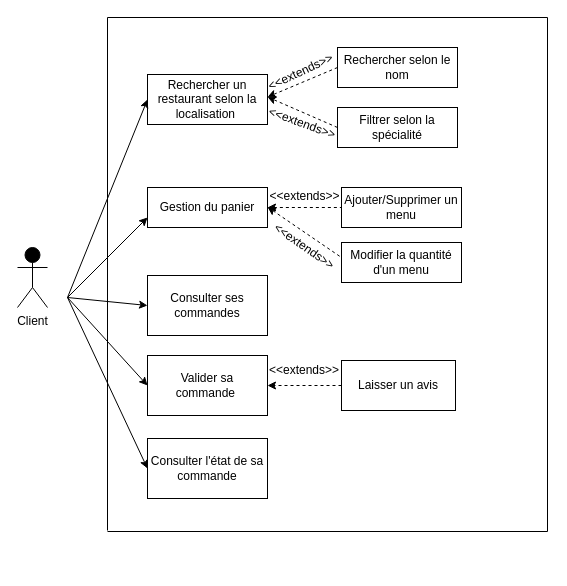
Before: diagrammes/diagramme_utilisation_utilisateur.drawio in TheAIWizard/Ensaeats, a draw.io diagram. Source tidied: cells renumbered, new cells numbered last; positions are measured from the earlier drawing's top-left corner, leaving out a move shared by most shapes. Both pictures are drawn from the tidied source at 100%, with x=0, y=0 at pixel (17, 17).
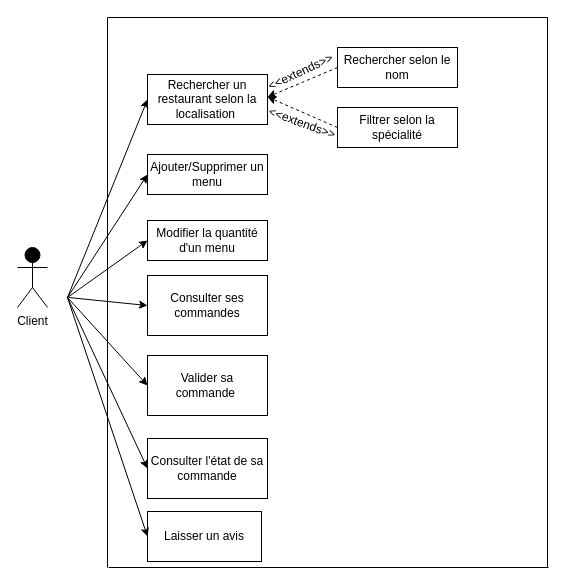
Above is the later version.

The change refers to these unchanged cells:
```xml
<mxCell id="17" value="Consulter ses commandes" style="rounded=0;whiteSpace=wrap;html=1;" parent="1" vertex="1">
  <mxGeometry x="130" y="258" width="120" height="60" as="geometry" />
</mxCell>
<mxCell id="19" value="Valider sa commande&amp;nbsp;" style="rounded=0;whiteSpace=wrap;html=1;" parent="1" vertex="1">
  <mxGeometry x="130" y="338" width="120" height="60" as="geometry" />
</mxCell>
```

Diff of the diagram source:
```diff
@@
     <mxCell id="4" style="endArrow=none;html=1;strokeColor=#000000;" parent="1" edge="1">
       <mxGeometry relative="1" as="geometry">
-        <mxPoint x="90" y="513" as="sourcePoint" />
+        <mxPoint x="90" y="550" as="sourcePoint" />
         <mxPoint x="90" as="targetPoint" />
       </mxGeometry>
     </mxCell>
@@
-    <mxCell id="6" style="endArrow=classic;html=1;strokeColor=#000000;" parent="1" edge="1">
+    <mxCell id="6" style="endArrow=classic;html=1;strokeColor=#000000;entryX=0;entryY=0.5;entryDx=0;entryDy=0;" parent="1" edge="1" target="12">
       <mxGeometry relative="1" as="geometry">
         <mxPoint x="50" y="280" as="sourcePoint" />
-        <mxPoint x="130" y="200" as="targetPoint" />
       </mxGeometry>
     </mxCell>
@@
-    <mxCell id="9" value="Gestion du panier" style="rounded=0;whiteSpace=wrap;html=1;" parent="1" vertex="1">
-      <mxGeometry x="130" y="170" width="120" height="40" as="geometry" />
-    </mxCell>
-    <mxCell id="10" style="endArrow=classic;html=1;entryX=0;entryY=0.5;entryDx=0;entryDy=0;strokeColor=#000000;" parent="1" edge="1" target="17">
+    <mxCell id="10" style="endArrow=classic;html=1;entryX=0;entryY=0.5;entryDx=0;entryDy=0;strokeColor=#000000;" parent="1" edge="1" target="14">
       <mxGeometry relative="1" as="geometry">
         <mxPoint x="50" y="280" as="sourcePoint" />
       </mxGeometry>
     </mxCell>
-    <mxCell id="11" style="endArrow=none;html=1;entryX=0;entryY=0.5;entryDx=0;entryDy=0;endFill=0;startArrow=classic;startFill=1;dashed=1;strokeColor=#000000;" parent="1" edge="1" target="12">
-      <mxGeometry relative="1" as="geometry">
-        <mxPoint x="250" y="190" as="sourcePoint" />
-      </mxGeometry>
-    </mxCell>
     <mxCell id="12" value="Ajouter/Supprimer un menu" style="rounded=0;whiteSpace=wrap;html=1;" parent="1" vertex="1">
-      <mxGeometry x="324" y="170" width="120" height="40" as="geometry" />
+      <mxGeometry x="130" y="137" width="120" height="40" as="geometry" />
     </mxCell>
-    <mxCell id="13" style="endArrow=none;html=1;startArrow=classic;startFill=1;endFill=0;dashed=1;strokeColor=#000000;" parent="1" edge="1">
-      <mxGeometry relative="1" as="geometry">
-        <mxPoint x="250" y="189.5" as="sourcePoint" />
-        <mxPoint x="324" y="240" as="targetPoint" />
-      </mxGeometry>
-    </mxCell>
     <mxCell id="14" value="Modifier la quantité d'un menu" style="rounded=0;whiteSpace=wrap;html=1;" parent="1" vertex="1">
-      <mxGeometry x="324" y="225" width="120" height="40" as="geometry" />
+      <mxGeometry x="130" y="203" width="120" height="40" as="geometry" />
     </mxCell>
-    <mxCell id="15" value="&lt;font color=&quot;#000000&quot;&gt;&amp;lt;&amp;lt;extends&amp;gt;&amp;gt;&lt;/font&gt;" style="text;html=1;align=center;verticalAlign=middle;strokeColor=none;rotation=0;" parent="1" vertex="1">
-      <mxGeometry x="247" y="170" width="80" height="17" as="geometry" />
-    </mxCell>
-    <mxCell id="16" value="&lt;font color=&quot;#000000&quot;&gt;&amp;lt;&amp;lt;extends&amp;gt;&amp;gt;&lt;/font&gt;" style="text;html=1;align=center;verticalAlign=middle;strokeColor=none;rotation=35;" parent="1" vertex="1">
-      <mxGeometry x="247" y="220" width="80" height="17" as="geometry" />
-    </mxCell>
@@
-    <mxCell id="20" style="endArrow=classic;html=1;entryX=1;entryY=0.5;entryDx=0;entryDy=0;exitX=0;exitY=0.5;exitDx=0;exitDy=0;dashed=1;strokeColor=#000000;" parent="1" edge="1" source="21" target="19">
-      <mxGeometry relative="1" as="geometry" />
-    </mxCell>
     <mxCell id="21" value="Laisser un avis" style="rounded=0;whiteSpace=wrap;html=1;" parent="1" vertex="1">
-      <mxGeometry x="324" y="343" width="114" height="50" as="geometry" />
+      <mxGeometry x="130" y="494" width="114" height="50" as="geometry" />
     </mxCell>
-    <mxCell id="22" value="&lt;font color=&quot;#000000&quot;&gt;&amp;lt;&amp;lt;extends&amp;gt;&amp;gt;&lt;/font&gt;" style="text;html=1;strokeColor=none;fillColor=none;align=center;verticalAlign=middle;whiteSpace=wrap;rounded=0;" parent="1" vertex="1">
-      <mxGeometry x="267" y="343" width="40" height="20" as="geometry" />
-    </mxCell>
@@
     <mxCell id="29" style="endArrow=none;html=1;strokeColor=#000000;" parent="1" edge="1">
       <mxGeometry relative="1" as="geometry">
-        <mxPoint x="530" y="514" as="sourcePoint" />
+        <mxPoint x="530" y="550" as="sourcePoint" />
         <mxPoint x="530" as="targetPoint" />
       </mxGeometry>
     </mxCell>
     <mxCell id="30" style="endArrow=none;html=1;strokeColor=#000000;" parent="1" edge="1">
       <mxGeometry relative="1" as="geometry">
-        <mxPoint x="90" y="514" as="sourcePoint" />
-        <mxPoint x="530" y="514" as="targetPoint" />
+        <mxPoint x="91" y="550" as="sourcePoint" />
+        <mxPoint x="531" y="550" as="targetPoint" />
       </mxGeometry>
     </mxCell>
@@
+    <mxCell id="32" style="endArrow=classic;html=1;entryX=0;entryY=0.5;entryDx=0;entryDy=0;strokeColor=#000000;" parent="1" edge="1" target="17">
+      <mxGeometry relative="1" as="geometry">
+        <mxPoint x="51" y="280" as="sourcePoint" />
+      </mxGeometry>
+    </mxCell>
+    <mxCell id="33" style="endArrow=classic;html=1;entryX=0;entryY=0.5;entryDx=0;entryDy=0;strokeColor=#000000;" parent="1" edge="1" target="21">
+      <mxGeometry relative="1" as="geometry">
+        <mxPoint x="50" y="280" as="sourcePoint" />
+      </mxGeometry>
+    </mxCell>
```
